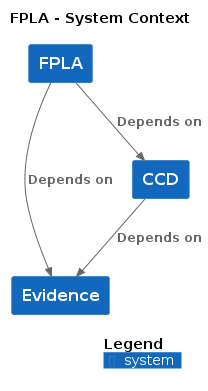
Above: docs/c4/fpla/images/structurizr-fpla-context.png in hmcts/cnp-api-docs (PlantUML), before the change. Its diagram source:
```plantuml
@startuml
title FPLA - System Context

top to bottom direction

!include https://raw.githubusercontent.com/plantuml-stdlib/C4-PlantUML/master/C4.puml
!include https://raw.githubusercontent.com/plantuml-stdlib/C4-PlantUML/master/C4_Context.puml

System(CCD, "CCD", "", $tags="")
System(Evidence, "Evidence", "", $tags="")
System(FPLA, "FPLA", "", $tags="")

Rel_D(CCD, Evidence, "Depends on", $tags="")
Rel_D(FPLA, Evidence, "Depends on", $tags="")
Rel_D(FPLA, CCD, "Depends on", $tags="")

SHOW_DYNAMIC_LEGEND()
@enduml
```
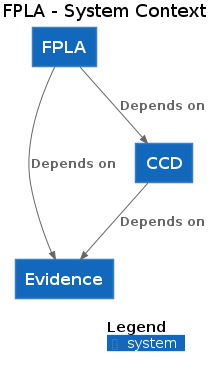
The same file after the commit.

What changed in the source:
```diff
@@ -3,16 +3,16 @@
 
 top to bottom direction
 
-!include https://raw.githubusercontent.com/plantuml-stdlib/C4-PlantUML/master/C4.puml
-!include https://raw.githubusercontent.com/plantuml-stdlib/C4-PlantUML/master/C4_Context.puml
+!includeurl https://raw.githubusercontent.com/plantuml-stdlib/C4-PlantUML/master/C4.puml
+!includeurl https://raw.githubusercontent.com/plantuml-stdlib/C4-PlantUML/master/C4_Context.puml
 
-System(CCD, "CCD", "", $tags="")
-System(Evidence, "Evidence", "", $tags="")
-System(FPLA, "FPLA", "", $tags="")
+System(CCD, "CCD", "")
+System(Evidence, "Evidence", "")
+System(FPLA, "FPLA", "")
 
-Rel_D(CCD, Evidence, "Depends on", $tags="")
-Rel_D(FPLA, Evidence, "Depends on", $tags="")
-Rel_D(FPLA, CCD, "Depends on", $tags="")
+Rel_D(CCD, Evidence, "Depends on")
+Rel_D(FPLA, Evidence, "Depends on")
+Rel_D(FPLA, CCD, "Depends on")
 
 SHOW_DYNAMIC_LEGEND()
 @enduml
```
